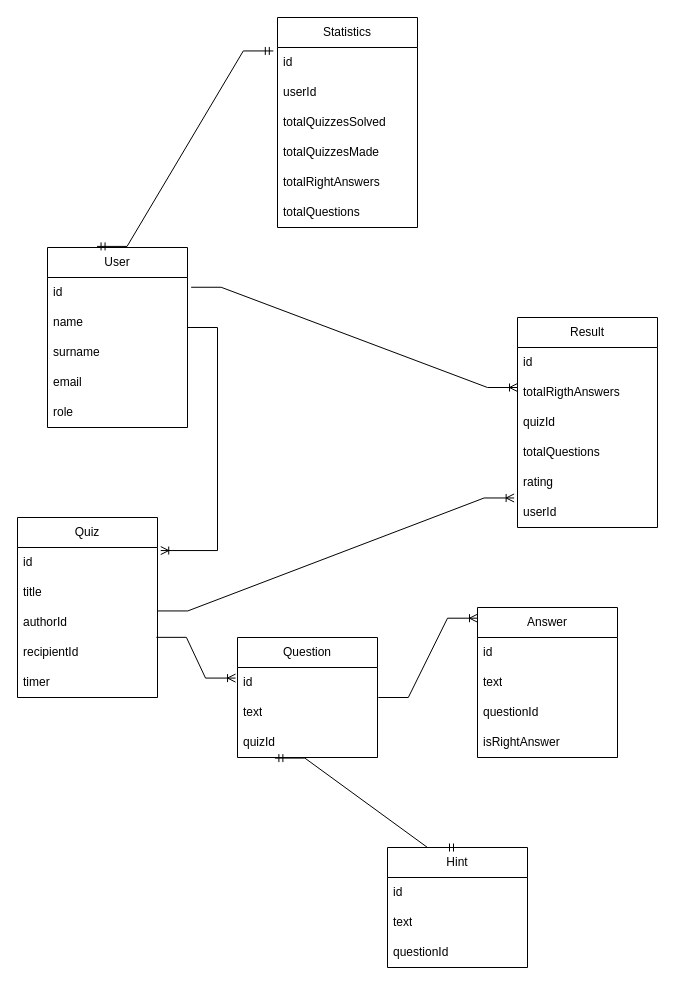
Earlier version of the draw.io diagram server/assets/database-schema.drawio (basharinandrej/quiz-fullstack). Source tidied: cells renumbered, new cells numbered last; positions are measured from the earlier drawing's top-left corner, leaving out a move shared by most shapes. Both pictures are drawn from the tidied source at 100%, with x=0, y=0 at pixel (17, 17).
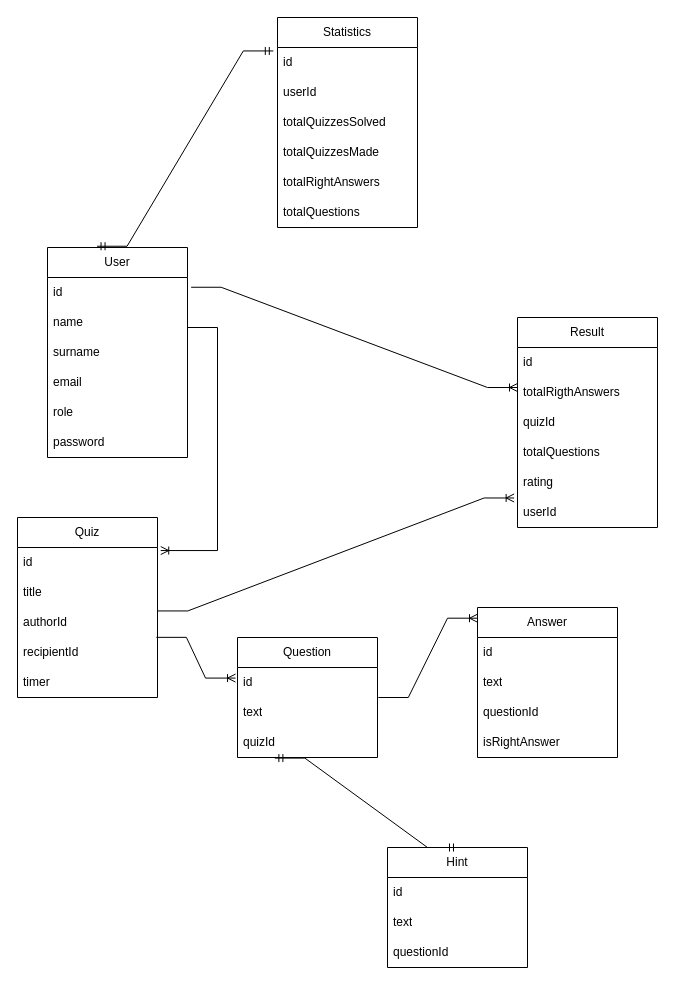
The same page after the edit.

What changed in the source:
```diff
@@
     <mxCell id="2" value="User" style="swimlane;fontStyle=0;horizontal=1;startSize=30;whiteSpace=wrap;html=1;" parent="1" vertex="1">
-      <mxGeometry x="30" y="230" width="140" height="180" as="geometry" />
+      <mxGeometry x="30" y="230" width="140" height="210" as="geometry" />
     </mxCell>
@@
+    <mxCell id="48" value="password" style="text;strokeColor=none;fillColor=none;align=left;verticalAlign=middle;spacingLeft=4;spacingRight=4;overflow=hidden;whiteSpace=wrap;html=1;" parent="2" vertex="1">
+      <mxGeometry y="180" width="140" height="30" as="geometry" />
+    </mxCell>
```
